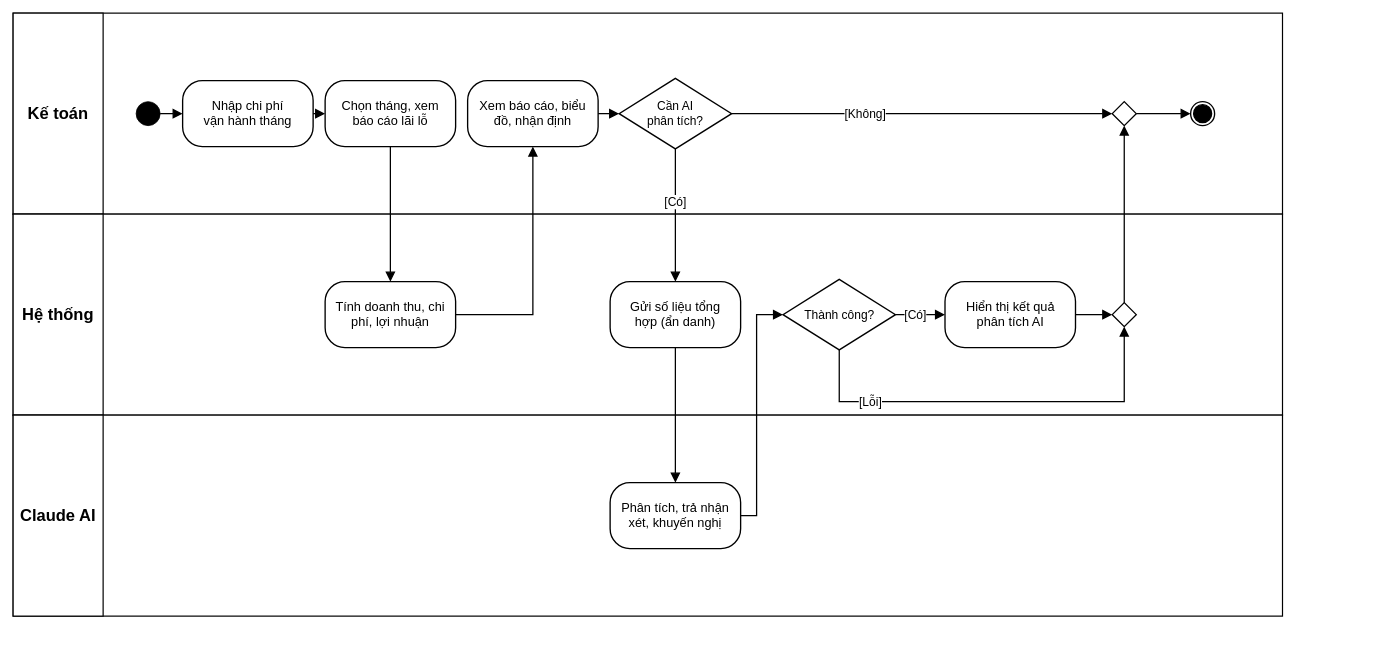
The draw.io diagram docs/slide/hd-lai-lo-ai.drawio in ngynquchn2511/beach-hotel, before the edit. Source tidied: cells renumbered, new cells numbered last; positions are measured from the earlier drawing's top-left corner, leaving out a move shared by most shapes. Both pictures are drawn from the tidied source at 75%, with x=0, y=0 at pixel (13, 13).
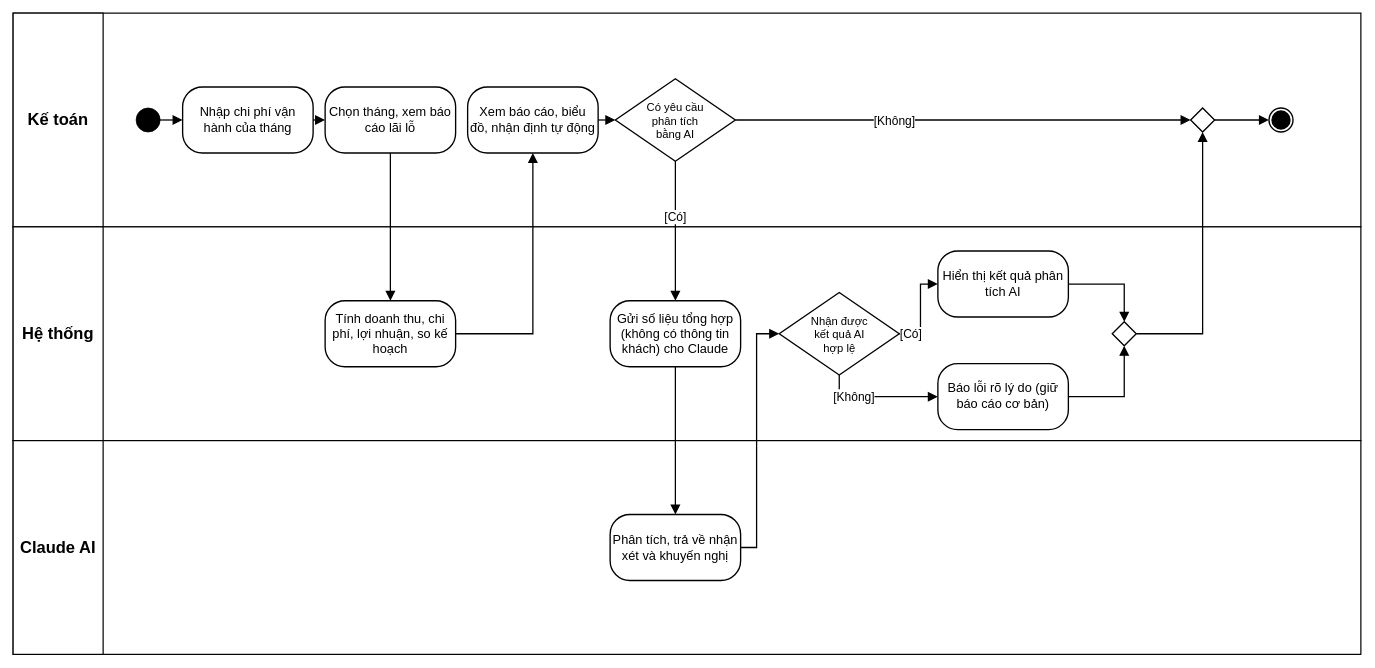
After the change.

What changed in the source:
```diff
@@
     <mxCell id="2" style="fontFamily=Arial;fontColor=#000000;rounded=0;html=1;fillColor=#FFFFFF;strokeColor=#000000;strokeWidth=1.6;" parent="1" vertex="1">
-      <mxGeometry width="1692.5" height="268" as="geometry" />
+      <mxGeometry width="1797" height="285" as="geometry" />
     </mxCell>
     <mxCell id="3" value="Kế toán" style="fontFamily=Arial;fontColor=#000000;rounded=0;whiteSpace=wrap;html=1;fillColor=#FFFFFF;strokeColor=#000000;strokeWidth=1.6;fontSize=22;fontStyle=1;" parent="1" vertex="1">
-      <mxGeometry width="120" height="268" as="geometry" />
+      <mxGeometry width="120" height="285" as="geometry" />
     </mxCell>
     <mxCell id="4" style="fontFamily=Arial;fontColor=#000000;rounded=0;html=1;fillColor=#FFFFFF;strokeColor=#000000;strokeWidth=1.6;" parent="1" vertex="1">
-      <mxGeometry y="268" width="1692.5" height="268" as="geometry" />
+      <mxGeometry y="285" width="1797" height="285" as="geometry" />
     </mxCell>
     <mxCell id="5" value="Hệ thống" style="fontFamily=Arial;fontColor=#000000;rounded=0;whiteSpace=wrap;html=1;fillColor=#FFFFFF;strokeColor=#000000;strokeWidth=1.6;fontSize=22;fontStyle=1;" parent="1" vertex="1">
-      <mxGeometry y="268" width="120" height="268" as="geometry" />
+      <mxGeometry y="285" width="120" height="285" as="geometry" />
     </mxCell>
     <mxCell id="6" style="fontFamily=Arial;fontColor=#000000;rounded=0;html=1;fillColor=#FFFFFF;strokeColor=#000000;strokeWidth=1.6;" parent="1" vertex="1">
-      <mxGeometry y="536" width="1692.5" height="268" as="geometry" />
+      <mxGeometry y="570" width="1797" height="285" as="geometry" />
     </mxCell>
     <mxCell id="7" value="Claude AI" style="fontFamily=Arial;fontColor=#000000;rounded=0;whiteSpace=wrap;html=1;fillColor=#FFFFFF;strokeColor=#000000;strokeWidth=1.6;fontSize=22;fontStyle=1;" parent="1" vertex="1">
-      <mxGeometry y="536" width="120" height="268" as="geometry" />
+      <mxGeometry y="570" width="120" height="285" as="geometry" />
     </mxCell>
     <mxCell id="8" style="ellipse;html=1;fillColor=#000000;strokeColor=#000000;" parent="1" vertex="1">
-      <mxGeometry x="164" y="118" width="32" height="32" as="geometry" />
+      <mxGeometry x="164" y="126.5" width="32" height="32" as="geometry" />
     </mxCell>
-    <mxCell id="9" value="Nhập chi phí&lt;br&gt;vận hành tháng" style="fontFamily=Arial;fontColor=#000000;rounded=1;whiteSpace=wrap;html=1;arcSize=30;fillColor=#FFFFFF;strokeColor=#000000;strokeWidth=1.8;fontSize=17;spacing=4;" parent="1" vertex="1">
-      <mxGeometry x="226" y="90" width="174" height="88" as="geometry" />
+    <mxCell id="9" value="Nhập chi phí vận hành của tháng" style="fontFamily=Arial;fontColor=#000000;rounded=1;whiteSpace=wrap;html=1;arcSize=30;fillColor=#FFFFFF;strokeColor=#000000;strokeWidth=1.8;fontSize=17;spacing=4;" parent="1" vertex="1">
+      <mxGeometry x="226" y="98.5" width="174" height="88" as="geometry" />
     </mxCell>
-    <mxCell id="10" value="Chọn tháng, xem&lt;br&gt;báo cáo lãi lỗ" style="fontFamily=Arial;fontColor=#000000;rounded=1;whiteSpace=wrap;html=1;arcSize=30;fillColor=#FFFFFF;strokeColor=#000000;strokeWidth=1.8;fontSize=17;spacing=4;" parent="1" vertex="1">
-      <mxGeometry x="416" y="90" width="174" height="88" as="geometry" />
+    <mxCell id="10" value="Chọn tháng, xem báo cáo lãi lỗ" style="fontFamily=Arial;fontColor=#000000;rounded=1;whiteSpace=wrap;html=1;arcSize=30;fillColor=#FFFFFF;strokeColor=#000000;strokeWidth=1.8;fontSize=17;spacing=4;" parent="1" vertex="1">
+      <mxGeometry x="416" y="98.5" width="174" height="88" as="geometry" />
     </mxCell>
-    <mxCell id="11" value="Tính doanh thu, chi&lt;br&gt;phí, lợi nhuận" style="fontFamily=Arial;fontColor=#000000;rounded=1;whiteSpace=wrap;html=1;arcSize=30;fillColor=#FFFFFF;strokeColor=#000000;strokeWidth=1.8;fontSize=17;spacing=4;" parent="1" vertex="1">
-      <mxGeometry x="416" y="358" width="174" height="88" as="geometry" />
+    <mxCell id="11" value="Tính doanh thu, chi phí, lợi nhuận, so kế hoạch" style="fontFamily=Arial;fontColor=#000000;rounded=1;whiteSpace=wrap;html=1;arcSize=30;fillColor=#FFFFFF;strokeColor=#000000;strokeWidth=1.8;fontSize=17;spacing=4;" parent="1" vertex="1">
+      <mxGeometry x="416" y="383.5" width="174" height="88" as="geometry" />
     </mxCell>
-    <mxCell id="12" value="Xem báo cáo, biểu&lt;br&gt;đồ, nhận định" style="fontFamily=Arial;fontColor=#000000;rounded=1;whiteSpace=wrap;html=1;arcSize=30;fillColor=#FFFFFF;strokeColor=#000000;strokeWidth=1.8;fontSize=17;spacing=4;" parent="1" vertex="1">
-      <mxGeometry x="606" y="90" width="174" height="88" as="geometry" />
+    <mxCell id="12" value="Xem báo cáo, biểu đồ, nhận định tự động" style="fontFamily=Arial;fontColor=#000000;rounded=1;whiteSpace=wrap;html=1;arcSize=30;fillColor=#FFFFFF;strokeColor=#000000;strokeWidth=1.8;fontSize=17;spacing=4;" parent="1" vertex="1">
+      <mxGeometry x="606" y="98.5" width="174" height="88" as="geometry" />
     </mxCell>
-    <mxCell id="13" value="Cần AI&lt;br&gt;phân tích?" style="fontFamily=Arial;fontColor=#000000;rhombus;whiteSpace=wrap;html=1;fillColor=#FFFFFF;strokeColor=#000000;strokeWidth=1.8;fontSize=16;" parent="1" vertex="1">
-      <mxGeometry x="808" y="87" width="150" height="94" as="geometry" />
+    <mxCell id="13" value="Có yêu cầu&lt;br&gt;phân tích&lt;br&gt;bằng AI" style="fontFamily=Arial;fontColor=#000000;rhombus;whiteSpace=wrap;html=1;fillColor=#FFFFFF;strokeColor=#000000;strokeWidth=1.8;fontSize=15;" parent="1" vertex="1">
+      <mxGeometry x="803" y="87.5" width="160" height="110" as="geometry" />
     </mxCell>
-    <mxCell id="14" value="Gửi số liệu tổng&lt;br&gt;hợp (ẩn danh)" style="fontFamily=Arial;fontColor=#000000;rounded=1;whiteSpace=wrap;html=1;arcSize=30;fillColor=#FFFFFF;strokeColor=#000000;strokeWidth=1.8;fontSize=17;spacing=4;" parent="1" vertex="1">
-      <mxGeometry x="796" y="358" width="174" height="88" as="geometry" />
+    <mxCell id="14" value="Gửi số liệu tổng hợp (không có thông tin khách) cho Claude" style="fontFamily=Arial;fontColor=#000000;rounded=1;whiteSpace=wrap;html=1;arcSize=30;fillColor=#FFFFFF;strokeColor=#000000;strokeWidth=1.8;fontSize=17;spacing=4;" parent="1" vertex="1">
+      <mxGeometry x="796" y="383.5" width="174" height="88" as="geometry" />
     </mxCell>
-    <mxCell id="15" value="Phân tích, trả nhận&lt;br&gt;xét, khuyến nghị" style="fontFamily=Arial;fontColor=#000000;rounded=1;whiteSpace=wrap;html=1;arcSize=30;fillColor=#FFFFFF;strokeColor=#000000;strokeWidth=1.8;fontSize=17;spacing=4;" parent="1" vertex="1">
-      <mxGeometry x="796" y="626" width="174" height="88" as="geometry" />
+    <mxCell id="15" value="Phân tích, trả về nhận xét và khuyến nghị" style="fontFamily=Arial;fontColor=#000000;rounded=1;whiteSpace=wrap;html=1;arcSize=30;fillColor=#FFFFFF;strokeColor=#000000;strokeWidth=1.8;fontSize=17;spacing=4;" parent="1" vertex="1">
+      <mxGeometry x="796" y="668.5" width="174" height="88" as="geometry" />
     </mxCell>
-    <mxCell id="16" value="Thành công?" style="fontFamily=Arial;fontColor=#000000;rhombus;whiteSpace=wrap;html=1;fillColor=#FFFFFF;strokeColor=#000000;strokeWidth=1.8;fontSize=16;" parent="1" vertex="1">
-      <mxGeometry x="1026.5" y="355" width="150" height="94" as="geometry" />
+    <mxCell id="16" value="Nhận được&lt;br&gt;kết quả AI&lt;br&gt;hợp lệ" style="fontFamily=Arial;fontColor=#000000;rhombus;whiteSpace=wrap;html=1;fillColor=#FFFFFF;strokeColor=#000000;strokeWidth=1.8;fontSize=15;" parent="1" vertex="1">
+      <mxGeometry x="1021.5" y="372.5" width="160" height="110" as="geometry" />
     </mxCell>
-    <mxCell id="17" value="Hiển thị kết quả&lt;br&gt;phân tích AI" style="fontFamily=Arial;fontColor=#000000;rounded=1;whiteSpace=wrap;html=1;arcSize=30;fillColor=#FFFFFF;strokeColor=#000000;strokeWidth=1.8;fontSize=17;spacing=4;" parent="1" vertex="1">
-      <mxGeometry x="1242.5" y="358" width="174" height="88" as="geometry" />
+    <mxCell id="17" value="Hiển thị kết quả phân tích AI" style="fontFamily=Arial;fontColor=#000000;rounded=1;whiteSpace=wrap;html=1;arcSize=30;fillColor=#FFFFFF;strokeColor=#000000;strokeWidth=1.8;fontSize=17;spacing=4;" parent="1" vertex="1">
+      <mxGeometry x="1233" y="317.2" width="174" height="88" as="geometry" />
     </mxCell>
+    <mxCell id="35" value="Báo lỗi rõ lý do (giữ báo cáo cơ bản)" style="fontFamily=Arial;fontColor=#000000;rounded=1;whiteSpace=wrap;html=1;arcSize=30;fillColor=#FFFFFF;strokeColor=#000000;strokeWidth=1.8;fontSize=17;spacing=4;" parent="1" vertex="1">
+      <mxGeometry x="1233" y="467.4" width="174" height="88" as="geometry" />
+    </mxCell>
-    <mxCell id="18" style="fontFamily=Arial;fontColor=#000000;rhombus;whiteSpace=wrap;html=1;fillColor=#FFFFFF;strokeColor=#000000;strokeWidth=1.8;fontSize=16;" parent="1" vertex="1">
-      <mxGeometry x="1465.5" y="386" width="32" height="32" as="geometry" />
+    <mxCell id="18" style="fontFamily=Arial;fontColor=#000000;rhombus;whiteSpace=wrap;html=1;fillColor=#FFFFFF;strokeColor=#000000;strokeWidth=1.8;fontSize=15;" parent="1" vertex="1">
+      <mxGeometry x="1465.5" y="411.5" width="32" height="32" as="geometry" />
     </mxCell>
-    <mxCell id="19" style="fontFamily=Arial;fontColor=#000000;rhombus;whiteSpace=wrap;html=1;fillColor=#FFFFFF;strokeColor=#000000;strokeWidth=1.8;fontSize=16;" parent="1" vertex="1">
-      <mxGeometry x="1465.5" y="118" width="32" height="32" as="geometry" />
+    <mxCell id="19" style="fontFamily=Arial;fontColor=#000000;rhombus;whiteSpace=wrap;html=1;fillColor=#FFFFFF;strokeColor=#000000;strokeWidth=1.8;fontSize=15;" parent="1" vertex="1">
+      <mxGeometry x="1570" y="126.5" width="32" height="32" as="geometry" />
     </mxCell>
     <mxCell id="20" style="ellipse;html=1;shape=endState;fillColor=#000000;strokeColor=#000000;strokeWidth=1.8;" parent="1" vertex="1">
-      <mxGeometry x="1570" y="118" width="32" height="32" as="geometry" />
+      <mxGeometry x="1674.5" y="126.5" width="32" height="32" as="geometry" />
     </mxCell>
@@
     <mxCell id="24" style="fontFamily=Arial;fontColor=#000000;edgeStyle=orthogonalEdgeStyle;rounded=0;html=1;endArrow=block;endFill=1;endSize=9;strokeColor=#000000;strokeWidth=1.7;fontSize=16;labelBackgroundColor=#FFFFFF;exitX=1;exitY=0.5;exitDx=0;exitDy=0;entryX=0.5;entryY=1;entryDx=0;entryDy=0;" parent="1" edge="1" source="11" target="12">
       <mxGeometry relative="1" as="geometry">
         <Array as="points">
-          <mxPoint x="693" y="402" />
+          <mxPoint x="693" y="427.5" />
         </Array>
       </mxGeometry>
     </mxCell>
@@
     <mxCell id="28" style="fontFamily=Arial;fontColor=#000000;edgeStyle=orthogonalEdgeStyle;rounded=0;html=1;endArrow=block;endFill=1;endSize=9;strokeColor=#000000;strokeWidth=1.7;fontSize=16;labelBackgroundColor=#FFFFFF;exitX=1;exitY=0.5;exitDx=0;exitDy=0;entryX=0;entryY=0.5;entryDx=0;entryDy=0;" parent="1" edge="1" source="15" target="16">
       <mxGeometry relative="1" as="geometry">
         <Array as="points">
-          <mxPoint x="991.3" y="670" />
-          <mxPoint x="991.3" y="402" />
+          <mxPoint x="991.3" y="712.5" />
+          <mxPoint x="991.3" y="427.5" />
         </Array>
       </mxGeometry>
     </mxCell>
     <mxCell id="29" value="[Có]" style="fontFamily=Arial;fontColor=#000000;edgeStyle=orthogonalEdgeStyle;rounded=0;html=1;endArrow=block;endFill=1;endSize=9;strokeColor=#000000;strokeWidth=1.7;fontSize=16;labelBackgroundColor=#FFFFFF;exitX=1;exitY=0.5;exitDx=0;exitDy=0;entryX=0;entryY=0.5;entryDx=0;entryDy=0;" parent="1" edge="1" source="16" target="17">
-      <mxGeometry x="-0.2" relative="1" as="geometry" />
+      <mxGeometry x="-0.75" relative="1" as="geometry">
+        <Array as="points">
+          <mxPoint x="1209.8" y="427.5" />
+          <mxPoint x="1209.8" y="361.2" />
+        </Array>
+      </mxGeometry>
     </mxCell>
-    <mxCell id="30" value="[Lỗi]" style="fontFamily=Arial;fontColor=#000000;edgeStyle=orthogonalEdgeStyle;rounded=0;html=1;endArrow=block;endFill=1;endSize=9;strokeColor=#000000;strokeWidth=1.7;fontSize=16;labelBackgroundColor=#FFFFFF;exitX=0.5;exitY=1;exitDx=0;exitDy=0;entryX=0.5;entryY=1;entryDx=0;entryDy=0;" parent="1" edge="1" source="16" target="18">
-      <mxGeometry x="-0.6" relative="1" as="geometry">
+    <mxCell id="30" value="[Không]" style="fontFamily=Arial;fontColor=#000000;edgeStyle=orthogonalEdgeStyle;rounded=0;html=1;endArrow=block;endFill=1;endSize=9;strokeColor=#000000;strokeWidth=1.7;fontSize=16;labelBackgroundColor=#FFFFFF;exitX=0.5;exitY=1;exitDx=0;exitDy=0;entryX=0;entryY=0.5;entryDx=0;entryDy=0;" parent="1" edge="1" source="16" target="35">
+      <mxGeometry x="-0.4" relative="1" as="geometry">
         <Array as="points">
-          <mxPoint x="1101.5" y="518" />
-          <mxPoint x="1481.5" y="518" />
+          <mxPoint x="1101.5" y="511.4" />
         </Array>
       </mxGeometry>
     </mxCell>
-    <mxCell id="31" style="fontFamily=Arial;fontColor=#000000;edgeStyle=orthogonalEdgeStyle;rounded=0;html=1;endArrow=block;endFill=1;endSize=9;strokeColor=#000000;strokeWidth=1.7;fontSize=16;labelBackgroundColor=#FFFFFF;exitX=1;exitY=0.5;exitDx=0;exitDy=0;entryX=0;entryY=0.5;entryDx=0;entryDy=0;" parent="1" edge="1" source="17" target="18">
-      <mxGeometry relative="1" as="geometry" />
+    <mxCell id="31" style="fontFamily=Arial;fontColor=#000000;edgeStyle=orthogonalEdgeStyle;rounded=0;html=1;endArrow=block;endFill=1;endSize=9;strokeColor=#000000;strokeWidth=1.7;fontSize=16;labelBackgroundColor=#FFFFFF;exitX=1;exitY=0.5;exitDx=0;exitDy=0;entryX=0.5;entryY=0;entryDx=0;entryDy=0;" parent="1" edge="1" source="17" target="18">
+      <mxGeometry relative="1" as="geometry">
+        <Array as="points">
+          <mxPoint x="1481.5" y="361.2" />
+        </Array>
+      </mxGeometry>
     </mxCell>
-    <mxCell id="32" style="fontFamily=Arial;fontColor=#000000;edgeStyle=orthogonalEdgeStyle;rounded=0;html=1;endArrow=block;endFill=1;endSize=9;strokeColor=#000000;strokeWidth=1.7;fontSize=16;labelBackgroundColor=#FFFFFF;exitX=0.5;exitY=0;exitDx=0;exitDy=0;entryX=0.5;entryY=1;entryDx=0;entryDy=0;" parent="1" edge="1" source="18" target="19">
-      <mxGeometry relative="1" as="geometry" />
+    <mxCell id="32" style="fontFamily=Arial;fontColor=#000000;edgeStyle=orthogonalEdgeStyle;rounded=0;html=1;endArrow=block;endFill=1;endSize=9;strokeColor=#000000;strokeWidth=1.7;fontSize=16;labelBackgroundColor=#FFFFFF;exitX=1;exitY=0.5;exitDx=0;exitDy=0;entryX=0.5;entryY=1;entryDx=0;entryDy=0;" parent="1" edge="1" source="35" target="18">
+      <mxGeometry relative="1" as="geometry">
+        <Array as="points">
+          <mxPoint x="1481.5" y="511.4" />
+        </Array>
+      </mxGeometry>
     </mxCell>
-    <mxCell id="33" value="[Không]" style="fontFamily=Arial;fontColor=#000000;edgeStyle=orthogonalEdgeStyle;rounded=0;html=1;endArrow=block;endFill=1;endSize=9;strokeColor=#000000;strokeWidth=1.7;fontSize=16;labelBackgroundColor=#FFFFFF;exitX=1;exitY=0.5;exitDx=0;exitDy=0;entryX=0;entryY=0.5;entryDx=0;entryDy=0;" parent="1" edge="1" source="13" target="19">
-      <mxGeometry x="-0.3" relative="1" as="geometry" />
+    <mxCell id="33" style="fontFamily=Arial;fontColor=#000000;edgeStyle=orthogonalEdgeStyle;rounded=0;html=1;endArrow=block;endFill=1;endSize=9;strokeColor=#000000;strokeWidth=1.7;fontSize=16;labelBackgroundColor=#FFFFFF;exitX=1;exitY=0.5;exitDx=0;exitDy=0;entryX=0.5;entryY=1;entryDx=0;entryDy=0;" parent="1" edge="1" source="18" target="19">
+      <mxGeometry relative="1" as="geometry">
+        <Array as="points">
+          <mxPoint x="1586" y="427.5" />
+        </Array>
+      </mxGeometry>
     </mxCell>
-    <mxCell id="34" style="fontFamily=Arial;fontColor=#000000;edgeStyle=orthogonalEdgeStyle;rounded=0;html=1;endArrow=block;endFill=1;endSize=9;strokeColor=#000000;strokeWidth=1.7;fontSize=16;labelBackgroundColor=#FFFFFF;exitX=1;exitY=0.5;exitDx=0;exitDy=0;entryX=0;entryY=0.5;entryDx=0;entryDy=0;" parent="1" edge="1" source="19" target="20">
-      <mxGeometry relative="1" as="geometry" />
+    <mxCell id="34" value="[Không]" style="fontFamily=Arial;fontColor=#000000;edgeStyle=orthogonalEdgeStyle;rounded=0;html=1;endArrow=block;endFill=1;endSize=9;strokeColor=#000000;strokeWidth=1.7;fontSize=16;labelBackgroundColor=#FFFFFF;exitX=1;exitY=0.5;exitDx=0;exitDy=0;entryX=0;entryY=0.5;entryDx=0;entryDy=0;" parent="1" edge="1" source="13" target="19">
+      <mxGeometry x="-0.3" relative="1" as="geometry" />
     </mxCell>
+    <mxCell id="36" style="fontFamily=Arial;fontColor=#000000;edgeStyle=orthogonalEdgeStyle;rounded=0;html=1;endArrow=block;endFill=1;endSize=9;strokeColor=#000000;strokeWidth=1.7;fontSize=16;labelBackgroundColor=#FFFFFF;exitX=1;exitY=0.5;exitDx=0;exitDy=0;entryX=0;entryY=0.5;entryDx=0;entryDy=0;" parent="1" edge="1" source="19" target="20">
+      <mxGeometry relative="1" as="geometry" />
+    </mxCell>
```
